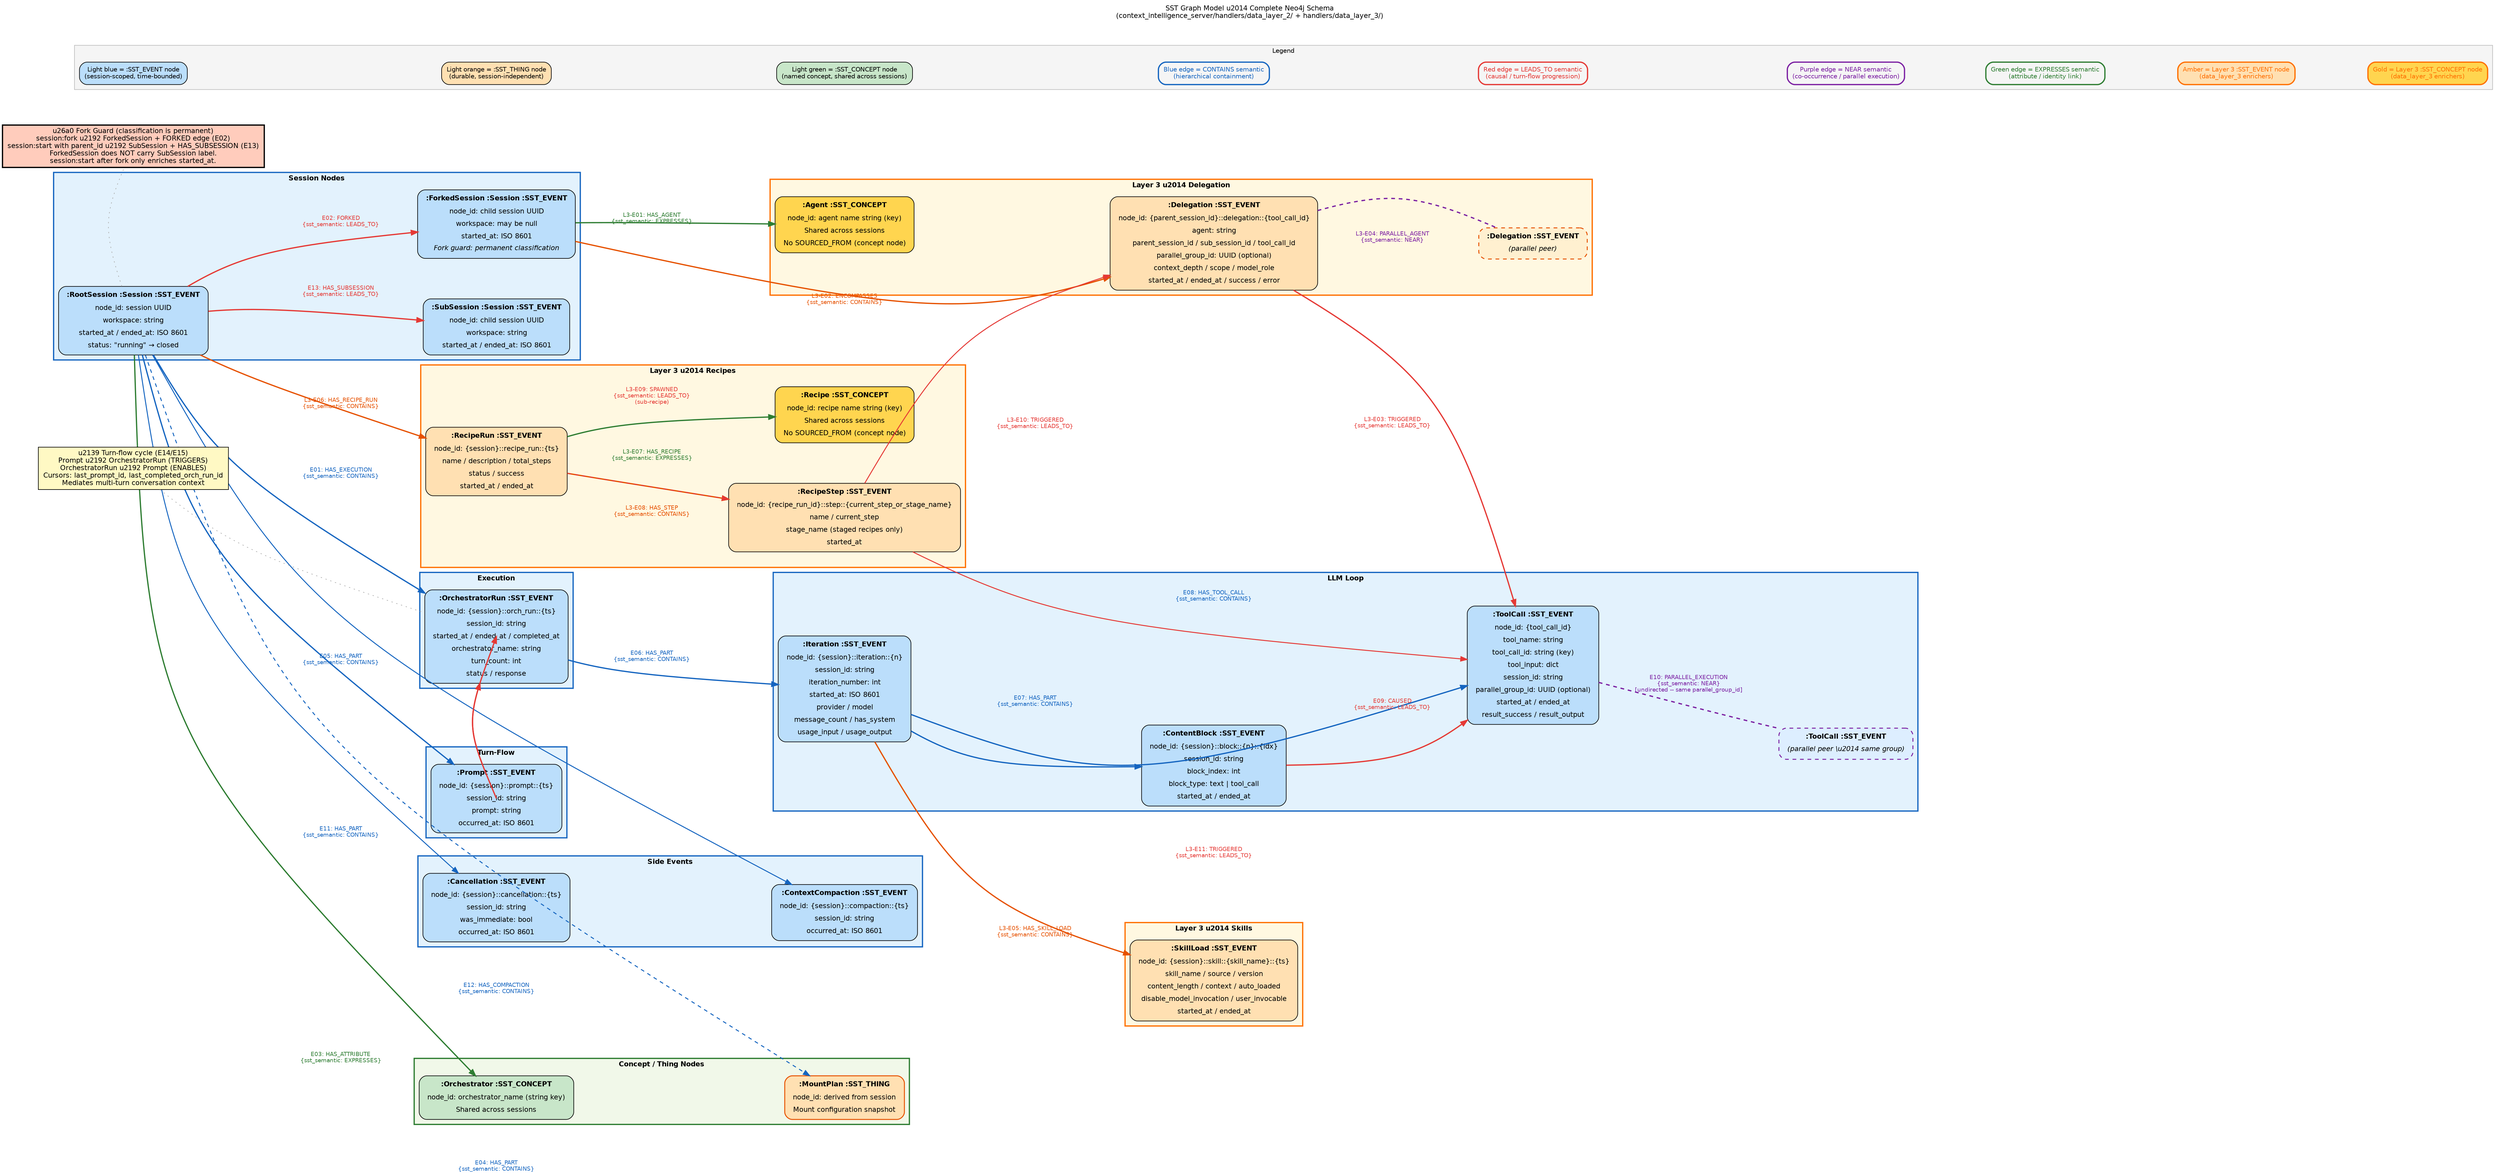
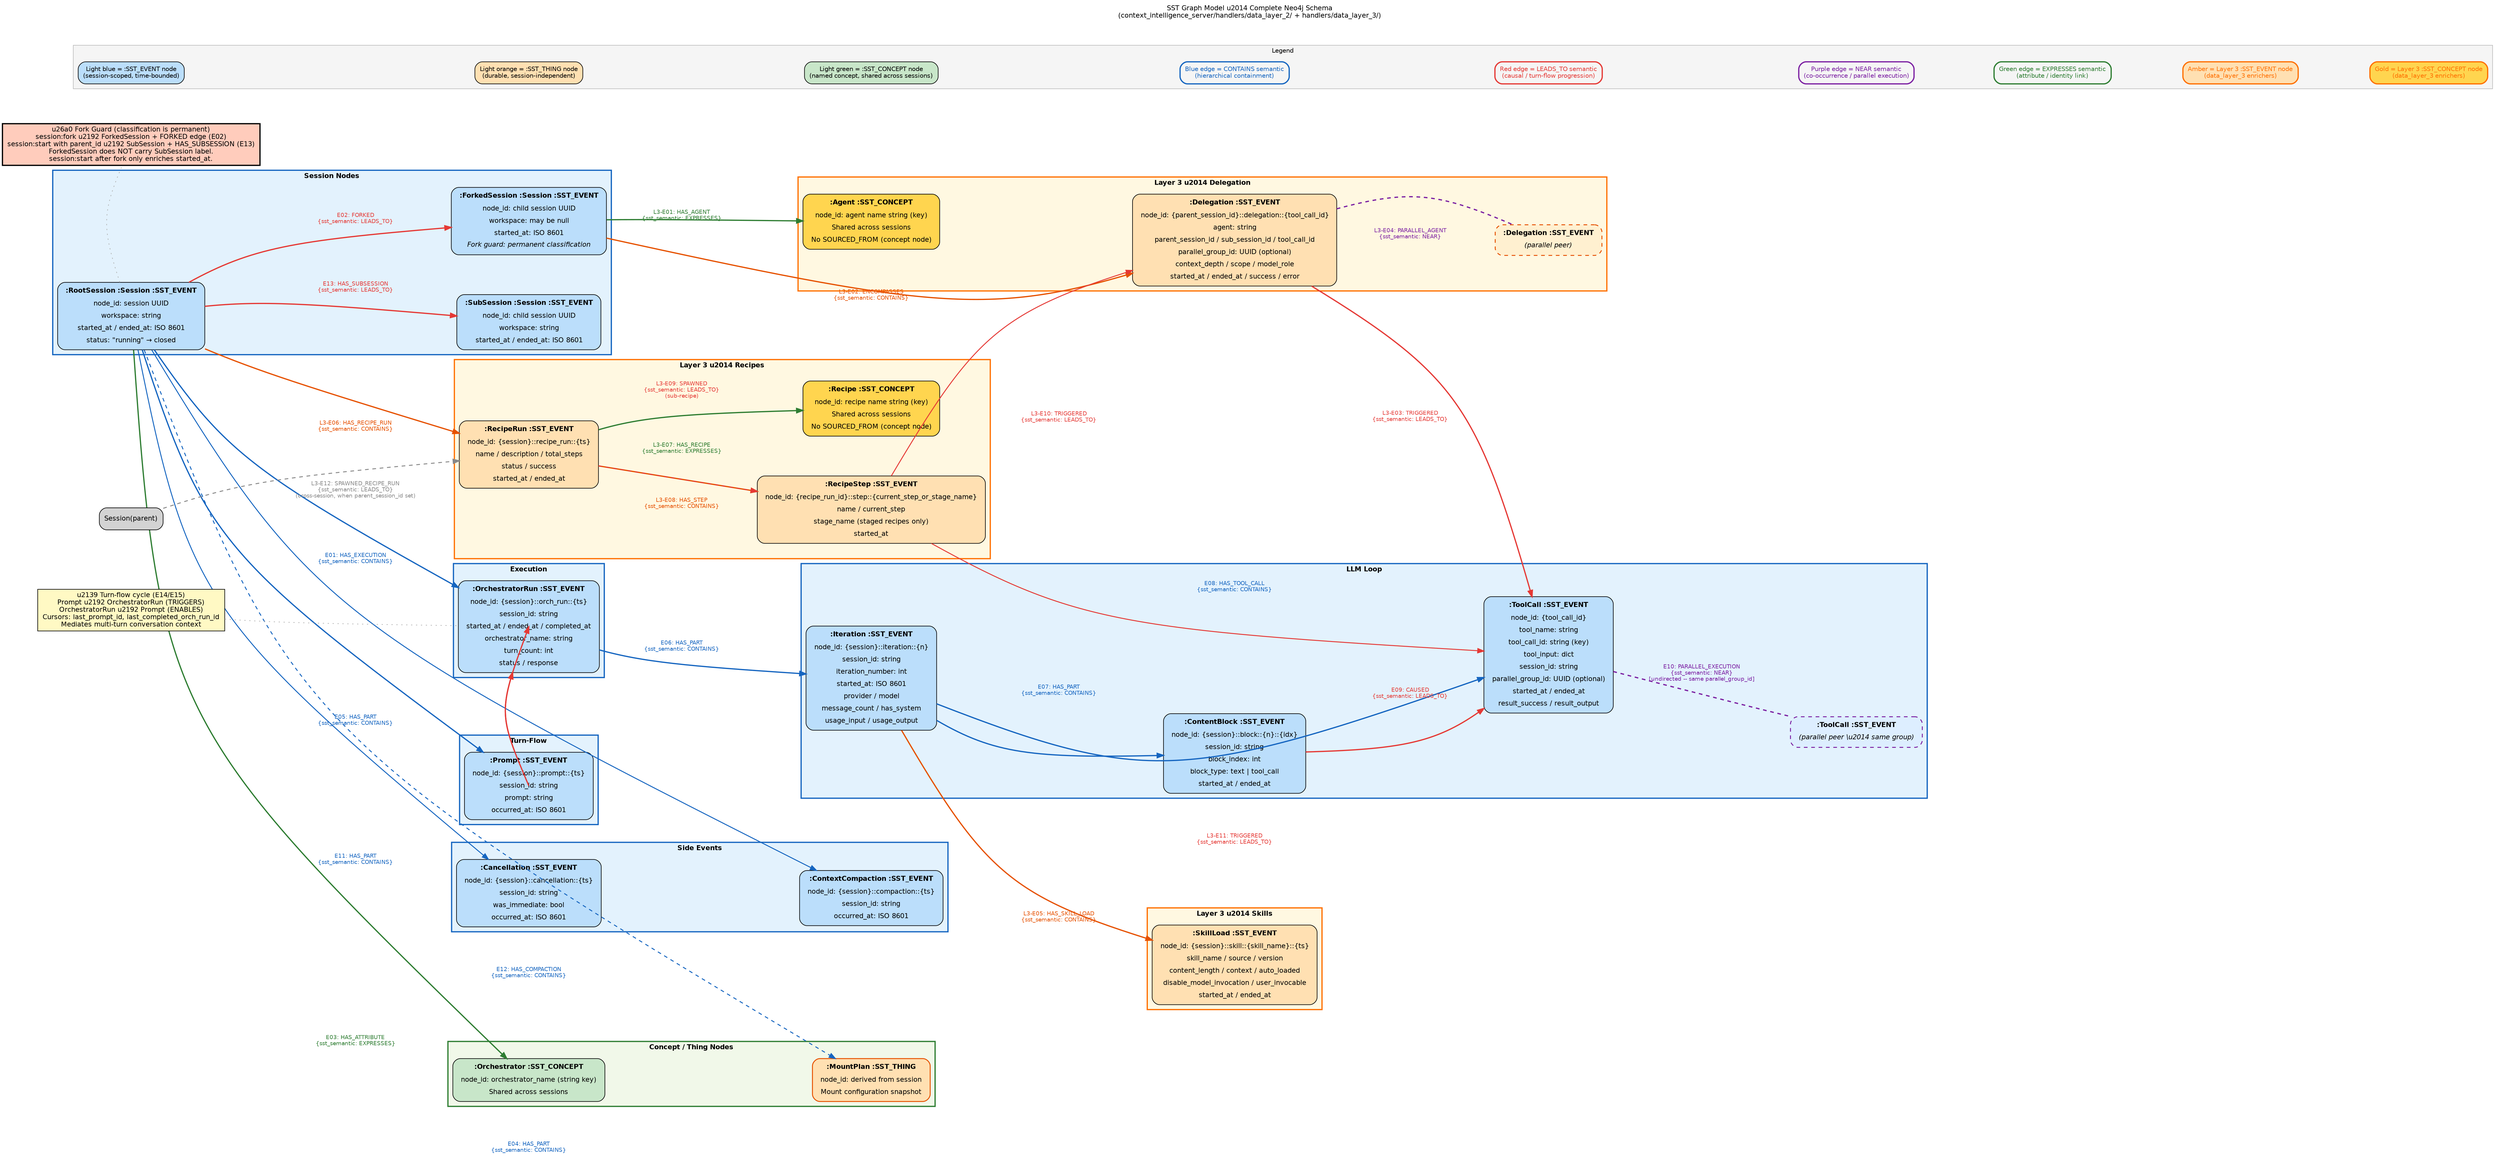
digraph graph_model {
    // -- Global defaults ------------------------------------------------------
    graph [
        rankdir   = LR
        compound  = true
        splines   = curved
        nodesep   = 0.9
        ranksep   = 1.6
        fontname  = "Helvetica"
        fontsize  = 11
        label     = "SST Graph Model \u2014 Complete Neo4j Schema\n(context_intelligence_server/handlers/data_layer_2/ + handlers/data_layer_3/)"
        labelloc  = t
        labeljust = c
    ]
    node [
        fontname = "Helvetica"
        fontsize = 11
        style    = "filled,rounded"
        shape    = box
    ]
    edge [
        fontname = "Helvetica"
        fontsize = 9
    ]

    // -- Sessions cluster -----------------------------------------------------
    subgraph cluster_sessions {
        graph [
            label     = "Session Nodes"
            fontname  = "Helvetica-Bold"
            fontsize  = 11
            style     = filled
            color     = "#1565C0"
            fillcolor = "#E3F2FD"
            penwidth  = 2
        ]

        RootSession [
            fillcolor = "#BBDEFB"
            label     = <<TABLE BORDER="0" CELLBORDER="0" CELLSPACING="2" CELLPADDING="3">
                <TR><TD><B>:RootSession :Session :SST_EVENT</B></TD></TR>
                <TR><TD>node_id: session UUID</TD></TR>
                <TR><TD>workspace: string</TD></TR>
                <TR><TD>started_at / ended_at: ISO 8601</TD></TR>
                <TR><TD>status: "running" &#8594; closed</TD></TR>
            </TABLE>>
        ]

        SubSession [
            fillcolor = "#BBDEFB"
            label     = <<TABLE BORDER="0" CELLBORDER="0" CELLSPACING="2" CELLPADDING="3">
                <TR><TD><B>:SubSession :Session :SST_EVENT</B></TD></TR>
                <TR><TD>node_id: child session UUID</TD></TR>
                <TR><TD>workspace: string</TD></TR>
                <TR><TD>started_at / ended_at: ISO 8601</TD></TR>
            </TABLE>>
        ]

        ForkedSession [
            fillcolor = "#BBDEFB"
            label     = <<TABLE BORDER="0" CELLBORDER="0" CELLSPACING="2" CELLPADDING="3">
                <TR><TD><B>:ForkedSession :Session :SST_EVENT</B></TD></TR>
                <TR><TD>node_id: child session UUID</TD></TR>
                <TR><TD>workspace: may be null</TD></TR>
                <TR><TD>started_at: ISO 8601</TD></TR>
                <TR><TD><I>Fork guard: permanent classification</I></TD></TR>
            </TABLE>>
        ]

        RootSession -> SubSession    [style = invis]
        RootSession -> ForkedSession [style = invis]
    }

    // -- Execution cluster ----------------------------------------------------
    subgraph cluster_execution {
        graph [
            label     = "Execution"
            fontname  = "Helvetica-Bold"
            fontsize  = 11
            style     = filled
            color     = "#1565C0"
            fillcolor = "#E3F2FD"
            penwidth  = 2
        ]

        OrchestratorRun [
            fillcolor = "#BBDEFB"
            label     = <<TABLE BORDER="0" CELLBORDER="0" CELLSPACING="2" CELLPADDING="3">
                <TR><TD><B>:OrchestratorRun :SST_EVENT</B></TD></TR>
                <TR><TD>node_id: {session}::orch_run::{ts}</TD></TR>
                <TR><TD>session_id: string</TD></TR>
                <TR><TD>started_at / ended_at / completed_at</TD></TR>
                <TR><TD>orchestrator_name: string</TD></TR>
                <TR><TD>turn_count: int</TD></TR>
                <TR><TD>status / response</TD></TR>
            </TABLE>>
        ]
    }

    // -- LLM loop cluster -----------------------------------------------------
    subgraph cluster_llm_loop {
        graph [
            label     = "LLM Loop"
            fontname  = "Helvetica-Bold"
            fontsize  = 11
            style     = filled
            color     = "#1565C0"
            fillcolor = "#E3F2FD"
            penwidth  = 2
        ]

        Iteration [
            fillcolor = "#BBDEFB"
            label     = <<TABLE BORDER="0" CELLBORDER="0" CELLSPACING="2" CELLPADDING="3">
                <TR><TD><B>:Iteration :SST_EVENT</B></TD></TR>
                <TR><TD>node_id: {session}::iteration::{n}</TD></TR>
                <TR><TD>session_id: string</TD></TR>
                <TR><TD>iteration_number: int</TD></TR>
                <TR><TD>started_at: ISO 8601</TD></TR>
                <TR><TD>provider / model</TD></TR>
                <TR><TD>message_count / has_system</TD></TR>
                <TR><TD>usage_input / usage_output</TD></TR>
            </TABLE>>
        ]

        ContentBlock [
            fillcolor = "#BBDEFB"
            label     = <<TABLE BORDER="0" CELLBORDER="0" CELLSPACING="2" CELLPADDING="3">
                <TR><TD><B>:ContentBlock :SST_EVENT</B></TD></TR>
                <TR><TD>node_id: {session}::block::{n}::{idx}</TD></TR>
                <TR><TD>session_id: string</TD></TR>
                <TR><TD>block_index: int</TD></TR>
                <TR><TD>block_type: text | tool_call</TD></TR>
                <TR><TD>started_at / ended_at</TD></TR>
            </TABLE>>
        ]

        ToolCall [
            fillcolor = "#BBDEFB"
            label     = <<TABLE BORDER="0" CELLBORDER="0" CELLSPACING="2" CELLPADDING="3">
                <TR><TD><B>:ToolCall :SST_EVENT</B></TD></TR>
                <TR><TD>node_id: {tool_call_id}</TD></TR>
                <TR><TD>tool_name: string</TD></TR>
                <TR><TD>tool_call_id: string (key)</TD></TR>
                <TR><TD>tool_input: dict</TD></TR>
                <TR><TD>session_id: string</TD></TR>
                <TR><TD>parallel_group_id: UUID (optional)</TD></TR>
                <TR><TD>started_at / ended_at</TD></TR>
                <TR><TD>result_success / result_output</TD></TR>
            </TABLE>>
        ]

        ToolCallPeer [
            fillcolor = "#DDEEFF"
            color     = "#7B1FA2"
            penwidth  = 1.5
            style     = "filled,rounded,dashed"
            label     = <<TABLE BORDER="0" CELLBORDER="0" CELLSPACING="2" CELLPADDING="3">
                <TR><TD><B>:ToolCall :SST_EVENT</B></TD></TR>
                <TR><TD><I>(parallel peer \u2014 same group)</I></TD></TR>
            </TABLE>>
        ]

        Iteration    -> ContentBlock [style = invis]
        Iteration    -> ToolCall     [style = invis]
        ContentBlock -> ToolCallPeer [style = invis]
    }

    // -- Prompt cluster -------------------------------------------------------
    subgraph cluster_prompt {
        graph [
            label     = "Turn-Flow"
            fontname  = "Helvetica-Bold"
            fontsize  = 11
            style     = filled
            color     = "#1565C0"
            fillcolor = "#E3F2FD"
            penwidth  = 2
        ]

        Prompt [
            fillcolor = "#BBDEFB"
            label     = <<TABLE BORDER="0" CELLBORDER="0" CELLSPACING="2" CELLPADDING="3">
                <TR><TD><B>:Prompt :SST_EVENT</B></TD></TR>
                <TR><TD>node_id: {session}::prompt::{ts}</TD></TR>
                <TR><TD>session_id: string</TD></TR>
                <TR><TD>prompt: string</TD></TR>
                <TR><TD>occurred_at: ISO 8601</TD></TR>
            </TABLE>>
        ]
    }

    // -- Side events cluster --------------------------------------------------
    subgraph cluster_side_events {
        graph [
            label     = "Side Events"
            fontname  = "Helvetica-Bold"
            fontsize  = 11
            style     = filled
            color     = "#1565C0"
            fillcolor = "#E3F2FD"
            penwidth  = 2
        ]

        Cancellation [
            fillcolor = "#BBDEFB"
            label     = <<TABLE BORDER="0" CELLBORDER="0" CELLSPACING="2" CELLPADDING="3">
                <TR><TD><B>:Cancellation :SST_EVENT</B></TD></TR>
                <TR><TD>node_id: {session}::cancellation::{ts}</TD></TR>
                <TR><TD>session_id: string</TD></TR>
                <TR><TD>was_immediate: bool</TD></TR>
                <TR><TD>occurred_at: ISO 8601</TD></TR>
            </TABLE>>
        ]

        ContextCompaction [
            fillcolor = "#BBDEFB"
            label     = <<TABLE BORDER="0" CELLBORDER="0" CELLSPACING="2" CELLPADDING="3">
                <TR><TD><B>:ContextCompaction :SST_EVENT</B></TD></TR>
                <TR><TD>node_id: {session}::compaction::{ts}</TD></TR>
                <TR><TD>session_id: string</TD></TR>
                <TR><TD>occurred_at: ISO 8601</TD></TR>
            </TABLE>>
        ]

        Cancellation -> ContextCompaction [style = invis]
    }

    // -- Concept / Thing cluster ----------------------------------------------
    subgraph cluster_concepts {
        graph [
            label     = "Concept / Thing Nodes"
            fontname  = "Helvetica-Bold"
            fontsize  = 11
            style     = filled
            color     = "#2E7D32"
            fillcolor = "#F1F8E9"
            penwidth  = 2
        ]

        Orchestrator [
            fillcolor = "#C8E6C9"
            label     = <<TABLE BORDER="0" CELLBORDER="0" CELLSPACING="2" CELLPADDING="3">
                <TR><TD><B>:Orchestrator :SST_CONCEPT</B></TD></TR>
                <TR><TD>node_id: orchestrator_name (string key)</TD></TR>
                <TR><TD>Shared across sessions</TD></TR>
            </TABLE>>
        ]

        MountPlan [
            fillcolor = "#FFE0B2"
            color     = "#E65100"
            penwidth  = 1.5
            label     = <<TABLE BORDER="0" CELLBORDER="0" CELLSPACING="2" CELLPADDING="3">
                <TR><TD><B>:MountPlan :SST_THING</B></TD></TR>
                <TR><TD>node_id: derived from session</TD></TR>
                <TR><TD>Mount configuration snapshot</TD></TR>
            </TABLE>>
        ]

        Orchestrator -> MountPlan [style = invis]
    }

    // -- Layer 3 — Delegation cluster -----------------------------------------
    subgraph cluster_layer3_delegation {
        graph [
            label     = "Layer 3 \u2014 Delegation"
            fontname  = "Helvetica-Bold"
            fontsize  = 11
            style     = filled
            color     = "#FF6F00"
            fillcolor = "#FFF8E1"
            penwidth  = 2
        ]

        Delegation [
            fillcolor = "#FFE0B2"
            label     = <<TABLE BORDER="0" CELLBORDER="0" CELLSPACING="2" CELLPADDING="3">
                <TR><TD><B>:Delegation :SST_EVENT</B></TD></TR>
                <TR><TD>node_id: {parent_session_id}::delegation::{tool_call_id}</TD></TR>
                <TR><TD>agent: string</TD></TR>
                <TR><TD>parent_session_id / sub_session_id / tool_call_id</TD></TR>
                <TR><TD>parallel_group_id: UUID (optional)</TD></TR>
                <TR><TD>context_depth / scope / model_role</TD></TR>
                <TR><TD>started_at / ended_at / success / error</TD></TR>
            </TABLE>>
        ]

        Agent [
            fillcolor = "#FFD54F"
            label     = <<TABLE BORDER="0" CELLBORDER="0" CELLSPACING="2" CELLPADDING="3">
                <TR><TD><B>:Agent :SST_CONCEPT</B></TD></TR>
                <TR><TD>node_id: agent name string (key)</TD></TR>
                <TR><TD>Shared across sessions</TD></TR>
                <TR><TD>No SOURCED_FROM (concept node)</TD></TR>
            </TABLE>>
        ]

        DelegationPeer [
            style     = "filled,rounded,dashed"
            fillcolor = "#FFF0D0"
            color     = "#E65100"
            penwidth  = 1.5
            label     = <<TABLE BORDER="0" CELLBORDER="0" CELLSPACING="2" CELLPADDING="3">
                <TR><TD><B>:Delegation :SST_EVENT</B></TD></TR>
                <TR><TD><I>(parallel peer)</I></TD></TR>
            </TABLE>>
        ]

        Agent -> Delegation [style = invis]
    }

    // -- Layer 3 — Skills cluster ----------------------------------------------
    subgraph cluster_layer3_skills {
        graph [
            label     = "Layer 3 \u2014 Skills"
            fontname  = "Helvetica-Bold"
            fontsize  = 11
            style     = filled
            color     = "#FF6F00"
            fillcolor = "#FFF8E1"
            penwidth  = 2
        ]

        SkillLoad [
            fillcolor = "#FFE0B2"
            label     = <<TABLE BORDER="0" CELLBORDER="0" CELLSPACING="2" CELLPADDING="3">
                <TR><TD><B>:SkillLoad :SST_EVENT</B></TD></TR>
                <TR><TD>node_id: {session}::skill::{skill_name}::{ts}</TD></TR>
                <TR><TD>skill_name / source / version</TD></TR>
                <TR><TD>content_length / context / auto_loaded</TD></TR>
                <TR><TD>disable_model_invocation / user_invocable</TD></TR>
                <TR><TD>started_at / ended_at</TD></TR>
            </TABLE>>
        ]
    }

    // -- Layer 3 — Recipes cluster ---------------------------------------------
    subgraph cluster_layer3_recipes {
        graph [
            label     = "Layer 3 \u2014 Recipes"
            fontname  = "Helvetica-Bold"
            fontsize  = 11
            style     = filled
            color     = "#FF6F00"
            fillcolor = "#FFF8E1"
            penwidth  = 2
        ]

        RecipeRun [
            fillcolor = "#FFE0B2"
            label     = <<TABLE BORDER="0" CELLBORDER="0" CELLSPACING="2" CELLPADDING="3">
                <TR><TD><B>:RecipeRun :SST_EVENT</B></TD></TR>
                <TR><TD>node_id: {session}::recipe_run::{ts}</TD></TR>
                <TR><TD>name / description / total_steps</TD></TR>
                <TR><TD>status / success</TD></TR>
                <TR><TD>started_at / ended_at</TD></TR>
            </TABLE>>
        ]

        RecipeStep [
            fillcolor = "#FFE0B2"
            label     = <<TABLE BORDER="0" CELLBORDER="0" CELLSPACING="2" CELLPADDING="3">
                <TR><TD><B>:RecipeStep :SST_EVENT</B></TD></TR>
                <TR><TD>node_id: {recipe_run_id}::step::{current_step_or_stage_name}</TD></TR>
                <TR><TD>name / current_step</TD></TR>
                <TR><TD>stage_name (staged recipes only)</TD></TR>
                <TR><TD>started_at</TD></TR>
            </TABLE>>
        ]

        Recipe [
            fillcolor = "#FFD54F"
            label     = <<TABLE BORDER="0" CELLBORDER="0" CELLSPACING="2" CELLPADDING="3">
                <TR><TD><B>:Recipe :SST_CONCEPT</B></TD></TR>
                <TR><TD>node_id: recipe name string (key)</TD></TR>
                <TR><TD>Shared across sessions</TD></TR>
                <TR><TD>No SOURCED_FROM (concept node)</TD></TR>
            </TABLE>>
        ]

        Recipe -> RecipeRun   [style = invis]
        RecipeRun -> RecipeStep [style = invis]
    }

    // -- Edges ----------------------------------------------------------------

    // E01: HAS_EXECUTION [CONTAINS] -- Session -> OrchestratorRun
    RootSession -> OrchestratorRun [
        label     = "E01: HAS_EXECUTION\n{sst_semantic: CONTAINS}"
        color     = "#1565C0"
        fontcolor = "#1565C0"
        penwidth  = 2
    ]

    // E02: FORKED [LEADS_TO] -- Session -> ForkedSession
    RootSession -> ForkedSession [
        label     = "E02: FORKED\n{sst_semantic: LEADS_TO}"
        color     = "#E53935"
        fontcolor = "#E53935"
        penwidth  = 2
    ]

    // E03: HAS_ATTRIBUTE [EXPRESSES] -- Session -> Orchestrator
    RootSession -> Orchestrator [
        label     = "E03: HAS_ATTRIBUTE\n{sst_semantic: EXPRESSES}"
        color     = "#2E7D32"
        fontcolor = "#2E7D32"
        penwidth  = 2
    ]

    // E04: HAS_PART [CONTAINS] -- Session -> MountPlan
    RootSession -> MountPlan [
        label     = "E04: HAS_PART\n{sst_semantic: CONTAINS}"
        color     = "#1565C0"
        fontcolor = "#1565C0"
        penwidth  = 1.5
        style     = dashed
    ]

    // E05: HAS_PART [CONTAINS] -- Session -> Prompt
    RootSession -> Prompt [
        label     = "E05: HAS_PART\n{sst_semantic: CONTAINS}"
        color     = "#1565C0"
        fontcolor = "#1565C0"
        penwidth  = 2
    ]

    // E06: HAS_PART [CONTAINS] -- OrchestratorRun -> Iteration
    OrchestratorRun -> Iteration [
        label     = "E06: HAS_PART\n{sst_semantic: CONTAINS}"
        color     = "#1565C0"
        fontcolor = "#1565C0"
        penwidth  = 2
    ]

    // E07: HAS_PART [CONTAINS] -- Iteration -> ContentBlock
    Iteration -> ContentBlock [
        label     = "E07: HAS_PART\n{sst_semantic: CONTAINS}"
        color     = "#1565C0"
        fontcolor = "#1565C0"
        penwidth  = 2
    ]

    // E08: HAS_TOOL_CALL [CONTAINS] -- Iteration -> ToolCall
    Iteration -> ToolCall [
        label     = "E08: HAS_TOOL_CALL\n{sst_semantic: CONTAINS}"
        color     = "#1565C0"
        fontcolor = "#1565C0"
        penwidth  = 2
    ]

    // E09: CAUSED [LEADS_TO] -- ContentBlock -> ToolCall
    ContentBlock -> ToolCall [
        label     = "E09: CAUSED\n{sst_semantic: LEADS_TO}"
        color     = "#E53935"
        fontcolor = "#E53935"
        penwidth  = 2
    ]

    // E10: PARALLEL_EXECUTION [NEAR] -- ToolCall <-> ToolCall (undirected)
    ToolCall -> ToolCallPeer [
        dir       = none
        label     = "E10: PARALLEL_EXECUTION\n{sst_semantic: NEAR}\n[undirected -- same parallel_group_id]"
        color     = "#7B1FA2"
        fontcolor = "#7B1FA2"
        penwidth  = 2
        style     = dashed
    ]

    // E11: HAS_PART [CONTAINS] -- Session -> Cancellation
    RootSession -> Cancellation [
        label     = "E11: HAS_PART\n{sst_semantic: CONTAINS}"
        color     = "#1565C0"
        fontcolor = "#1565C0"
        penwidth  = 1.5
    ]

    // E12: HAS_COMPACTION [CONTAINS] -- Session -> ContextCompaction
    RootSession -> ContextCompaction [
        label     = "E12: HAS_COMPACTION\n{sst_semantic: CONTAINS}"
        color     = "#1565C0"
        fontcolor = "#1565C0"
        penwidth  = 1.5
    ]

    // E13: HAS_SUBSESSION [LEADS_TO] -- Session -> SubSession
    RootSession -> SubSession [
        label     = "E13: HAS_SUBSESSION\n{sst_semantic: LEADS_TO}"
        color     = "#E53935"
        fontcolor = "#E53935"
        penwidth  = 2
    ]

    // E14: TRIGGERS [LEADS_TO] -- Prompt -> OrchestratorRun (turn-flow cursor)
    Prompt -> OrchestratorRun [
        label     = "E14: TRIGGERS\n{sst_semantic: LEADS_TO}"
        color     = "#E53935"
        fontcolor = "#E53935"
        penwidth  = 2
        style     = bold
        constraint = false
    ]

    // E15: ENABLES [LEADS_TO] -- OrchestratorRun -> Prompt (turn-flow cursor)
    OrchestratorRun -> Prompt [
        label     = "E15: ENABLES\n{sst_semantic: LEADS_TO}"
        color     = "#E53935"
        fontcolor = "#E53935"
        penwidth  = 2
        style     = bold
        constraint = false
    ]

    // -- Layer 3 Edges --------------------------------------------------------

    // L3-E01: HAS_AGENT [EXPRESSES] -- ForkedSession -> Agent
    ForkedSession -> Agent [
        label     = "L3-E01: HAS_AGENT\n{sst_semantic: EXPRESSES}"
        color     = "#2E7D32"
        fontcolor = "#2E7D32"
        penwidth  = 2
    ]

    // L3-E02: ENCOMPASSES [CONTAINS] -- Delegation -> ForkedSession
    Delegation -> ForkedSession [
        label     = "L3-E02: ENCOMPASSES\n{sst_semantic: CONTAINS}"
        color     = "#E65100"
        fontcolor = "#E65100"
        penwidth  = 2
    ]

    // L3-E03: TRIGGERED [LEADS_TO] -- ToolCall -> Delegation
    ToolCall -> Delegation [
        label     = "L3-E03: TRIGGERED\n{sst_semantic: LEADS_TO}"
        color     = "#E53935"
        fontcolor = "#E53935"
        penwidth  = 2
    ]

    // L3-E04: PARALLEL_AGENT [NEAR] -- Delegation <-> DelegationPeer (undirected)
    Delegation -> DelegationPeer [
        dir       = none
        label     = "L3-E04: PARALLEL_AGENT\n{sst_semantic: NEAR}"
        color     = "#7B1FA2"
        fontcolor = "#7B1FA2"
        penwidth  = 2
        style     = dashed
    ]

    // L3-E05: HAS_SKILL_LOAD [CONTAINS] -- Iteration -> SkillLoad
    Iteration -> SkillLoad [
        label     = "L3-E05: HAS_SKILL_LOAD\n{sst_semantic: CONTAINS}"
        color     = "#E65100"
        fontcolor = "#E65100"
        penwidth  = 2
    ]

    // L3-E06: HAS_RECIPE_RUN [CONTAINS] -- RootSession -> RecipeRun
    RootSession -> RecipeRun [
        label     = "L3-E06: HAS_RECIPE_RUN\n{sst_semantic: CONTAINS}"
        color     = "#E65100"
        fontcolor = "#E65100"
        penwidth  = 2
    ]

    // L3-E07: HAS_RECIPE [EXPRESSES] -- RecipeRun -> Recipe
    RecipeRun -> Recipe [
        label     = "L3-E07: HAS_RECIPE\n{sst_semantic: EXPRESSES}"
        color     = "#2E7D32"
        fontcolor = "#2E7D32"
        penwidth  = 2
    ]

    // L3-E08: HAS_STEP [CONTAINS] -- RecipeRun -> RecipeStep
    RecipeRun -> RecipeStep [
        label     = "L3-E08: HAS_STEP\n{sst_semantic: CONTAINS}"
        color     = "#E65100"
        fontcolor = "#E65100"
        penwidth  = 2
    ]

    // L3-E09: SPAWNED [LEADS_TO] -- RecipeStep -> RecipeRun (sub-recipe)
    RecipeStep -> RecipeRun [
        label     = "L3-E09: SPAWNED\n{sst_semantic: LEADS_TO}\n(sub-recipe)"
        color     = "#E53935"
        fontcolor = "#E53935"
        penwidth  = 1.5
        style     = dashed
        constraint = false
    ]

+     // L3-E12: SPAWNED_RECIPE_RUN [LEADS_TO] -- Session(parent) -> RecipeRun (cross-session sub-recipe lineage)
+     // Only present when recipe:start payload includes parent_session_id (pending PR #72)
+     "Session(parent)" -> RecipeRun [
+         label     = "L3-E12: SPAWNED_RECIPE_RUN\n{sst_semantic: LEADS_TO}\n(cross-session, when parent_session_id set)"
+         color     = "#888888"
+         fontcolor = "#888888"
+         penwidth  = 1.5
+         style     = dashed
+         constraint = false
+     ]
+ 
    // L3-E10: TRIGGERED [LEADS_TO] -- RecipeStep -> Delegation
    RecipeStep -> Delegation [
        label     = "L3-E10: TRIGGERED\n{sst_semantic: LEADS_TO}"
        color     = "#E53935"
        fontcolor = "#E53935"
        penwidth  = 1.5
    ]

    // L3-E11: TRIGGERED [LEADS_TO] -- RecipeStep -> ToolCall
    RecipeStep -> ToolCall [
        label     = "L3-E11: TRIGGERED\n{sst_semantic: LEADS_TO}"
        color     = "#E53935"
        fontcolor = "#E53935"
        penwidth  = 1.5
        constraint = false
    ]

    // -- Notes ----------------------------------------------------------------
    note_turn_cycle [
        shape     = box
        style     = filled
        fillcolor = "#FFF9C4"
        label     = "\u2139 Turn-flow cycle (E14/E15)\nPrompt \u2192 OrchestratorRun (TRIGGERS)\nOrchestratorRun \u2192 Prompt (ENABLES)\nCursors: last_prompt_id, last_completed_orch_run_id\nMediates multi-turn conversation context"
    ]

    note_fork_guard [
        shape     = box
        style     = filled
        fillcolor = "#FFCCBC"
        penwidth  = 2
        label     = "\u26a0 Fork Guard (classification is permanent)\nsession:fork \u2192 ForkedSession + FORKED edge (E02)\nsession:start with parent_id \u2192 SubSession + HAS_SUBSESSION (E13)\nForkedSession does NOT carry SubSession label.\nsession:start after fork only enriches started_at."
    ]

    OrchestratorRun -> note_turn_cycle [style = dotted, color = "#AAAAAA", arrowhead = none, constraint = false]
    RootSession     -> note_fork_guard  [style = dotted, color = "#AAAAAA", arrowhead = none, constraint = false]

    // -- Legend ---------------------------------------------------------------
    subgraph cluster_legend {
        graph [
            label     = "Legend"
            style     = "filled"
            color     = "#BDBDBD"
            fillcolor = "#F5F5F5"
            fontname  = "Helvetica"
            fontsize  = 10
        ]
        node [fontsize = 10]

        legend_sst_event [
            style     = "filled,rounded"
            fillcolor = "#BBDEFB"
            label     = "Light blue = :SST_EVENT node\n(session-scoped, time-bounded)"
        ]
        legend_sst_thing [
            style     = "filled,rounded"
            fillcolor = "#FFE0B2"
            label     = "Light orange = :SST_THING node\n(durable, session-independent)"
        ]
        legend_sst_concept [
            style     = "filled,rounded"
            fillcolor = "#C8E6C9"
            label     = "Light green = :SST_CONCEPT node\n(named concept, shared across sessions)"
        ]
        legend_contains [
            style     = "filled,rounded"
            fillcolor = "#F5F5F5"
            color     = "#1565C0"
            fontcolor = "#1565C0"
            penwidth  = 2
            label     = "Blue edge = CONTAINS semantic\n(hierarchical containment)"
        ]
        legend_leads_to [
            style     = "filled,rounded"
            fillcolor = "#F5F5F5"
            color     = "#E53935"
            fontcolor = "#E53935"
            penwidth  = 2
            label     = "Red edge = LEADS_TO semantic\n(causal / turn-flow progression)"
        ]
        legend_near [
            style     = "filled,rounded"
            fillcolor = "#F5F5F5"
            color     = "#7B1FA2"
            fontcolor = "#7B1FA2"
            penwidth  = 2
            label     = "Purple edge = NEAR semantic\n(co-occurrence / parallel execution)"
        ]
        legend_expresses [
            style     = "filled,rounded"
            fillcolor = "#F5F5F5"
            color     = "#2E7D32"
            fontcolor = "#2E7D32"
            penwidth  = 2
            label     = "Green edge = EXPRESSES semantic\n(attribute / identity link)"
        ]

        legend_l3_event [
            style     = "filled,rounded"
            fillcolor = "#FFE0B2"
            color     = "#FF6F00"
            fontcolor = "#FF6F00"
            penwidth  = 2
            label     = "Amber = Layer 3 :SST_EVENT node\n(data_layer_3 enrichers)"
        ]
        legend_l3_concept [
            style     = "filled,rounded"
            fillcolor = "#FFD54F"
            color     = "#FF6F00"
            fontcolor = "#FF6F00"
            penwidth  = 2
            label     = "Gold = Layer 3 :SST_CONCEPT node\n(data_layer_3 enrichers)"
        ]

        legend_sst_event -> legend_sst_thing -> legend_sst_concept -> legend_contains -> legend_leads_to -> legend_near -> legend_expresses -> legend_l3_event -> legend_l3_concept [style = invis]
    }
}
